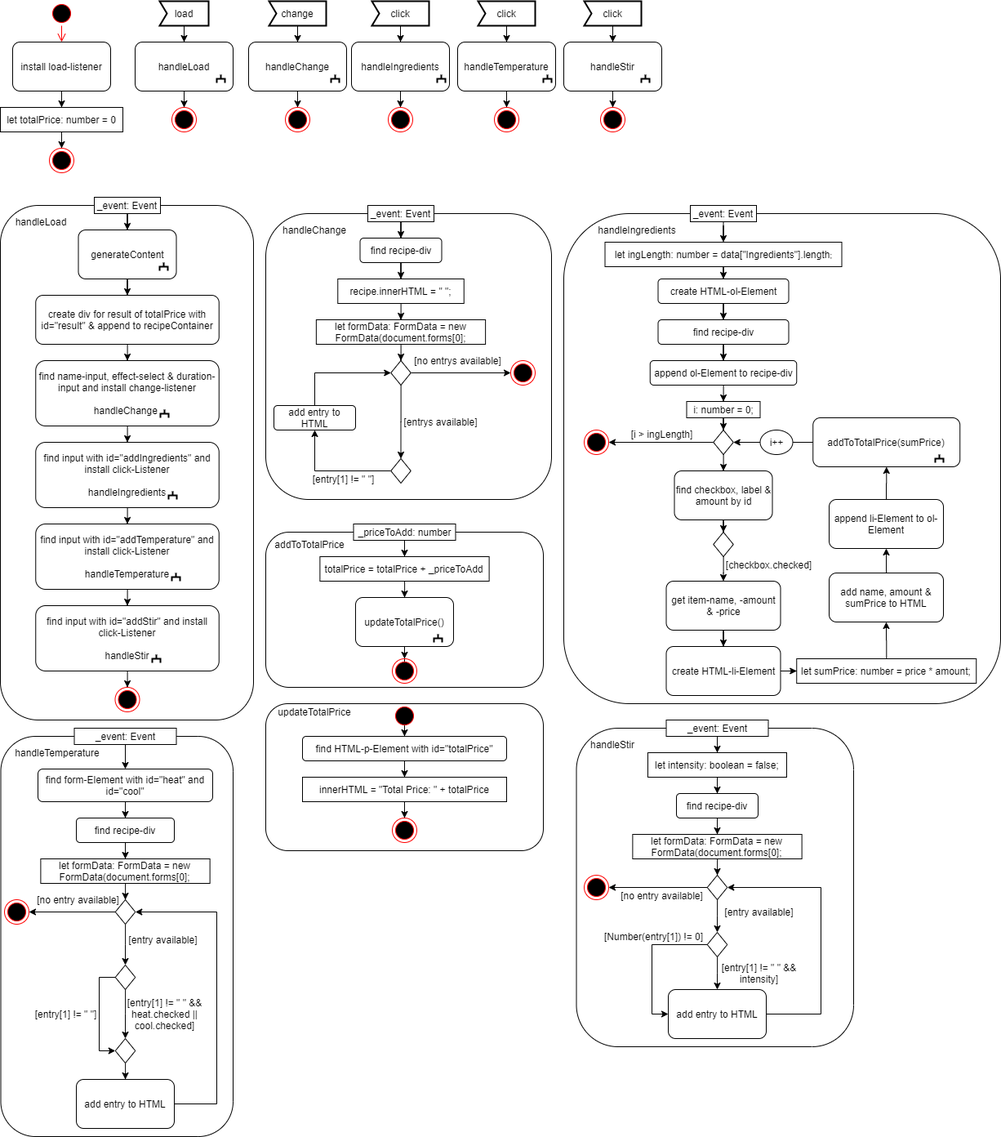
breitjacqueline/EIA2 keeps this draw.io diagram as Task_L04/Concept/ActivityDiagram_main.png. Above is the earlier version. Source tidied: cells renumbered, new cells last; positions are measured from the earlier drawing's top-left corner, leaving out a move shared by most shapes.
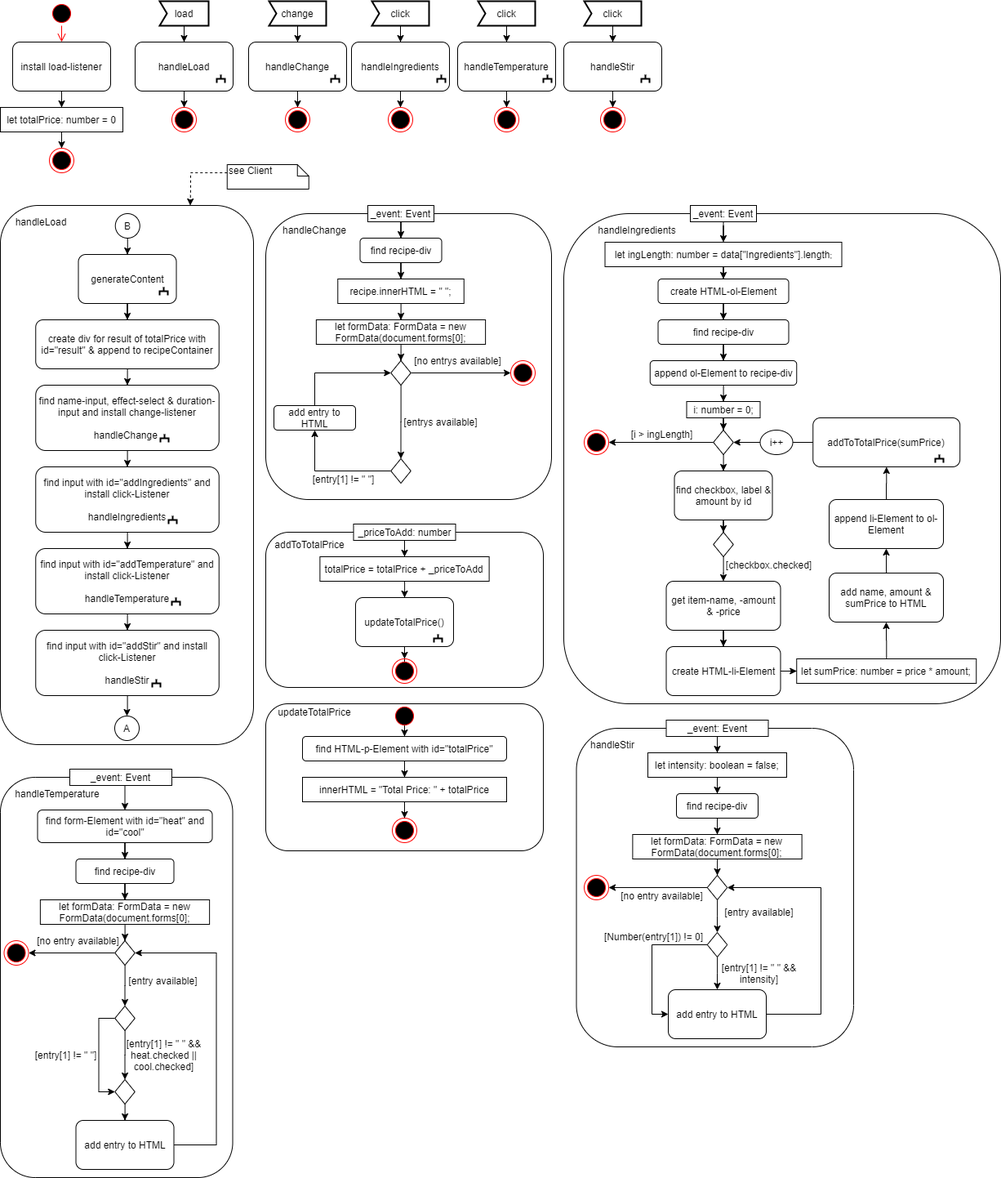
The same file after the commit.

Change to the diagram source:
```diff
@@ -2,8 +2,11 @@
   <root>
     <mxCell id="0" />
     <mxCell id="1" parent="0" />
+    <mxCell id="6" style="rounded=1;whiteSpace=wrap;html=1;" parent="1" vertex="1">
+      <mxGeometry y="250" width="310" height="660" as="geometry" />
+    </mxCell>
     <mxCell id="2" style="rounded=1;whiteSpace=wrap;html=1;" parent="1" vertex="1">
-      <mxGeometry x="0.5" y="900" width="284.5" height="490" as="geometry" />
+      <mxGeometry y="950" width="284.5" height="490" as="geometry" />
     </mxCell>
     <mxCell id="3" style="rounded=1;whiteSpace=wrap;html=1;" parent="1" vertex="1">
       <mxGeometry x="325" y="860" width="340" height="180" as="geometry" />
@@ -14,9 +17,6 @@
     <mxCell id="5" style="rounded=1;whiteSpace=wrap;html=1;" parent="1" vertex="1">
       <mxGeometry x="325" y="260" width="350" height="350" as="geometry" />
     </mxCell>
-    <mxCell id="6" style="rounded=1;whiteSpace=wrap;html=1;" parent="1" vertex="1">
-      <mxGeometry y="250" width="310" height="630" as="geometry" />
-    </mxCell>
     <mxCell id="7" style="ellipse;html=1;shape=startState;fillColor=#000000;strokeColor=#ff0000;" parent="1" vertex="1">
       <mxGeometry x="60" width="30" height="30" as="geometry" />
     </mxCell>
@@ -128,12 +128,6 @@
     <mxCell id="43" style="ellipse;html=1;shape=endState;fillColor=#000000;strokeColor=#ff0000;" parent="1" vertex="1">
       <mxGeometry x="735" y="130" width="30" height="30" as="geometry" />
     </mxCell>
-    <mxCell id="44" style="edgeStyle=orthogonalEdgeStyle;rounded=0;jettySize=auto;html=1;entryX=0.5;entryY=0;entryDx=0;entryDy=0;" parent="1" edge="1" source="45" target="48">
-      <mxGeometry relative="1" as="geometry" />
-    </mxCell>
-    <mxCell id="45" value="_event: Event" style="rounded=0;whiteSpace=wrap;html=1;" parent="1" vertex="1">
-      <mxGeometry x="115" y="240" width="81" height="20" as="geometry" />
-    </mxCell>
     <mxCell id="46" value="handleLoad" style="text;html=1;strokeColor=none;fillColor=none;align=center;verticalAlign=middle;whiteSpace=wrap;rounded=0;" parent="1" vertex="1">
       <mxGeometry x="30" y="260" width="40" height="20" as="geometry" />
     </mxCell>
@@ -141,56 +135,53 @@
       <mxGeometry relative="1" as="geometry" />
     </mxCell>
     <mxCell id="48" value="generateContent" style="rounded=1;whiteSpace=wrap;html=1;" parent="1" vertex="1">
-      <mxGeometry x="95.5" y="280" width="120" height="60" as="geometry" />
+      <mxGeometry x="95.5" y="310" width="120" height="60" as="geometry" />
     </mxCell>
     <mxCell id="49" style="strokeWidth=2;html=1;shape=mxgraph.flowchart.annotation_2;align=left;labelPosition=right;rotation=90;" parent="1" vertex="1">
-      <mxGeometry x="195" y="320" width="10" height="10" as="geometry" />
+      <mxGeometry x="195" y="350" width="10" height="10" as="geometry" />
     </mxCell>
     <mxCell id="50" style="edgeStyle=orthogonalEdgeStyle;rounded=0;jettySize=auto;html=1;entryX=0.5;entryY=0;entryDx=0;entryDy=0;" parent="1" edge="1" source="51" target="53">
       <mxGeometry relative="1" as="geometry" />
     </mxCell>
     <mxCell id="51" value="create div for result of totalPrice with id=&quot;result&quot; &amp;amp; append to recipeContainer" style="rounded=1;whiteSpace=wrap;html=1;" parent="1" vertex="1">
-      <mxGeometry x="43.2" y="360" width="224.5" height="60" as="geometry" />
+      <mxGeometry x="43.2" y="390" width="224.5" height="60" as="geometry" />
     </mxCell>
     <mxCell id="52" style="edgeStyle=orthogonalEdgeStyle;rounded=0;jettySize=auto;html=1;entryX=0.5;entryY=0;entryDx=0;entryDy=0;" parent="1" edge="1" source="53" target="56">
       <mxGeometry relative="1" as="geometry" />
     </mxCell>
     <mxCell id="53" value="find name-input, effect-select &amp;amp; duration-input and install change-listener&lt;br&gt;&lt;br&gt;handleChange&amp;nbsp;" style="rounded=1;whiteSpace=wrap;html=1;" parent="1" vertex="1">
-      <mxGeometry x="43.2" y="440" width="224.5" height="80" as="geometry" />
+      <mxGeometry x="43.2" y="470" width="224.5" height="80" as="geometry" />
     </mxCell>
     <mxCell id="54" style="strokeWidth=2;html=1;shape=mxgraph.flowchart.annotation_2;align=left;labelPosition=right;rotation=90;" parent="1" vertex="1">
-      <mxGeometry x="196" y="500" width="10" height="10" as="geometry" />
+      <mxGeometry x="196" y="530" width="10" height="10" as="geometry" />
     </mxCell>
     <mxCell id="55" style="edgeStyle=orthogonalEdgeStyle;rounded=0;jettySize=auto;html=1;entryX=0.5;entryY=0;entryDx=0;entryDy=0;" parent="1" edge="1" source="56" target="59">
       <mxGeometry relative="1" as="geometry" />
     </mxCell>
     <mxCell id="56" value="find input with id=&quot;addIngredients&quot; and install click-Listener&lt;br&gt;&lt;br&gt;handleIngredients" style="rounded=1;whiteSpace=wrap;html=1;" parent="1" vertex="1">
-      <mxGeometry x="43.2" y="540" width="224.5" height="80" as="geometry" />
+      <mxGeometry x="43.2" y="570" width="224.5" height="80" as="geometry" />
     </mxCell>
     <mxCell id="57" style="strokeWidth=2;html=1;shape=mxgraph.flowchart.annotation_2;align=left;labelPosition=right;rotation=90;" parent="1" vertex="1">
-      <mxGeometry x="206" y="600" width="10" height="10" as="geometry" />
+      <mxGeometry x="206" y="630" width="10" height="10" as="geometry" />
     </mxCell>
     <mxCell id="58" style="edgeStyle=orthogonalEdgeStyle;rounded=0;jettySize=auto;html=1;entryX=0.5;entryY=0;entryDx=0;entryDy=0;" parent="1" edge="1" source="59" target="62">
       <mxGeometry relative="1" as="geometry" />
     </mxCell>
     <mxCell id="59" value="find input with id=&quot;addTemperature&quot; and install click-Listener&lt;br&gt;&lt;br&gt;handleTemperature" style="rounded=1;whiteSpace=wrap;html=1;" parent="1" vertex="1">
-      <mxGeometry x="43.2" y="640" width="224.5" height="80" as="geometry" />
+      <mxGeometry x="43.2" y="670" width="224.5" height="80" as="geometry" />
     </mxCell>
     <mxCell id="60" style="strokeWidth=2;html=1;shape=mxgraph.flowchart.annotation_2;align=left;labelPosition=right;rotation=90;" parent="1" vertex="1">
-      <mxGeometry x="210" y="700" width="10" height="10" as="geometry" />
+      <mxGeometry x="210" y="730" width="10" height="10" as="geometry" />
     </mxCell>
-    <mxCell id="61" style="edgeStyle=orthogonalEdgeStyle;rounded=0;jettySize=auto;html=1;entryX=0.5;entryY=0;entryDx=0;entryDy=0;" parent="1" edge="1" source="62" target="64">
+    <mxCell id="61" style="edgeStyle=orthogonalEdgeStyle;rounded=0;jettySize=auto;html=1;entryX=0.5;entryY=0;entryDx=0;entryDy=0;" parent="1" edge="1" source="62" target="189">
       <mxGeometry relative="1" as="geometry" />
     </mxCell>
     <mxCell id="62" value="find input with id=&quot;addStir&quot; and install click-Listener&lt;br&gt;&lt;br&gt;handleStir" style="rounded=1;whiteSpace=wrap;html=1;" parent="1" vertex="1">
-      <mxGeometry x="43.2" y="740" width="224.5" height="80" as="geometry" />
+      <mxGeometry x="43.2" y="770" width="224.5" height="80" as="geometry" />
     </mxCell>
     <mxCell id="63" style="strokeWidth=2;html=1;shape=mxgraph.flowchart.annotation_2;align=left;labelPosition=right;rotation=90;" parent="1" vertex="1">
-      <mxGeometry x="186" y="800" width="10" height="10" as="geometry" />
+      <mxGeometry x="186" y="830" width="10" height="10" as="geometry" />
     </mxCell>
-    <mxCell id="64" style="ellipse;html=1;shape=endState;fillColor=#000000;strokeColor=#ff0000;" parent="1" vertex="1">
-      <mxGeometry x="140.5" y="840" width="30" height="30" as="geometry" />
-    </mxCell>
     <mxCell id="65" value="handleChange" style="text;html=1;strokeColor=none;fillColor=none;align=center;verticalAlign=middle;whiteSpace=wrap;rounded=0;" parent="1" vertex="1">
       <mxGeometry x="365" y="270" width="40" height="20" as="geometry" />
     </mxCell>
@@ -416,32 +407,34 @@
     <mxCell id="139" style="ellipse;html=1;shape=endState;fillColor=#000000;strokeColor=#ff0000;" parent="1" vertex="1">
       <mxGeometry x="480" y="1000" width="30" height="30" as="geometry" />
     </mxCell>
-    <mxCell id="140" style="edgeStyle=orthogonalEdgeStyle;rounded=0;jettySize=auto;html=1;entryX=0.5;entryY=0;entryDx=0;entryDy=0;" parent="1" edge="1" source="141" target="144">
-      <mxGeometry relative="1" as="geometry" />
+    <mxCell id="140" style="edgeStyle=orthogonalEdgeStyle;rounded=0;jettySize=auto;html=1;entryX=0.5;entryY=0;entryDx=0;entryDy=0;" parent="1" edge="1" target="144">
+      <mxGeometry relative="1" as="geometry">
+        <mxPoint x="152.5" y="960" as="sourcePoint" />
+      </mxGeometry>
     </mxCell>
     <mxCell id="141" value="_event: Event" style="rounded=0;whiteSpace=wrap;html=1;" parent="1" vertex="1">
-      <mxGeometry x="90.5" y="890" width="125" height="20" as="geometry" />
+      <mxGeometry x="85" y="940" width="125" height="20" as="geometry" />
     </mxCell>
     <mxCell id="142" value="handleTemperature" style="text;html=1;strokeColor=none;fillColor=none;align=center;verticalAlign=middle;whiteSpace=wrap;rounded=0;" parent="1" vertex="1">
-      <mxGeometry x="50" y="910" width="40" height="20" as="geometry" />
+      <mxGeometry x="49.5" y="960" width="40" height="20" as="geometry" />
     </mxCell>
     <mxCell id="143" style="edgeStyle=orthogonalEdgeStyle;rounded=0;jettySize=auto;html=1;entryX=0.5;entryY=0;entryDx=0;entryDy=0;" parent="1" edge="1" source="144" target="146">
       <mxGeometry relative="1" as="geometry" />
     </mxCell>
     <mxCell id="144" value="find form-Element with id=&quot;heat&quot; and id=&quot;cool&quot;" style="rounded=1;whiteSpace=wrap;html=1;" parent="1" vertex="1">
-      <mxGeometry x="46" y="940" width="214" height="40" as="geometry" />
+      <mxGeometry x="45.5" y="990" width="214" height="40" as="geometry" />
     </mxCell>
     <mxCell id="145" style="edgeStyle=orthogonalEdgeStyle;rounded=0;jettySize=auto;html=1;entryX=0.5;entryY=0;entryDx=0;entryDy=0;" parent="1" edge="1" source="146" target="148">
       <mxGeometry relative="1" as="geometry" />
     </mxCell>
     <mxCell id="146" value="find recipe-div" style="rounded=1;whiteSpace=wrap;html=1;" parent="1" vertex="1">
-      <mxGeometry x="93" y="1000" width="120" height="30" as="geometry" />
+      <mxGeometry x="92.5" y="1050" width="120" height="30" as="geometry" />
     </mxCell>
     <mxCell id="147" style="edgeStyle=orthogonalEdgeStyle;rounded=0;jettySize=auto;html=1;entryX=0.5;entryY=0;entryDx=0;entryDy=0;" parent="1" edge="1" source="148" target="151">
       <mxGeometry relative="1" as="geometry" />
     </mxCell>
     <mxCell id="148" value="let formData: FormData = new FormData(document.forms[0];" style="rounded=0;whiteSpace=wrap;html=1;" parent="1" vertex="1">
-      <mxGeometry x="49.4" y="1050" width="207.2" height="30" as="geometry" />
+      <mxGeometry x="48.9" y="1100" width="207.2" height="30" as="geometry" />
     </mxCell>
     <mxCell id="149" style="edgeStyle=orthogonalEdgeStyle;rounded=0;jettySize=auto;html=1;entryX=0.5;entryY=0;entryDx=0;entryDy=0;" parent="1" edge="1" source="151" target="154">
       <mxGeometry relative="1" as="geometry" />
@@ -450,7 +443,7 @@
       <mxGeometry relative="1" as="geometry" />
     </mxCell>
     <mxCell id="151" style="rhombus;whiteSpace=wrap;html=1;" parent="1" vertex="1">
-      <mxGeometry x="140.8" y="1100" width="24.5" height="30" as="geometry" />
+      <mxGeometry x="140.3" y="1150" width="24.5" height="30" as="geometry" />
     </mxCell>
     <mxCell id="152" style="edgeStyle=orthogonalEdgeStyle;rounded=0;jettySize=auto;html=1;entryX=0.5;entryY=0;entryDx=0;entryDy=0;" parent="1" edge="1" source="154" target="160">
       <mxGeometry relative="1" as="geometry" />
@@ -458,45 +451,45 @@
     <mxCell id="153" style="edgeStyle=orthogonalEdgeStyle;rounded=0;jettySize=auto;html=1;entryX=0;entryY=0.5;entryDx=0;entryDy=0;" parent="1" edge="1" source="154" target="160">
       <mxGeometry relative="1" as="geometry">
         <Array as="points">
-          <mxPoint x="121" y="1195" />
-          <mxPoint x="121" y="1285" />
+          <mxPoint x="120.5" y="1245" />
+          <mxPoint x="120.5" y="1335" />
         </Array>
       </mxGeometry>
     </mxCell>
     <mxCell id="154" style="rhombus;whiteSpace=wrap;html=1;" parent="1" vertex="1">
-      <mxGeometry x="140.8" y="1180" width="24.5" height="30" as="geometry" />
+      <mxGeometry x="140.3" y="1230" width="24.5" height="30" as="geometry" />
     </mxCell>
     <mxCell id="155" value="[entry available]" style="text;html=1;strokeColor=none;fillColor=none;align=center;verticalAlign=middle;whiteSpace=wrap;rounded=0;" parent="1" vertex="1">
-      <mxGeometry x="134.1" y="1139" width="130.9" height="20" as="geometry" />
+      <mxGeometry x="133.6" y="1189" width="130.9" height="20" as="geometry" />
     </mxCell>
     <mxCell id="156" style="edgeStyle=orthogonalEdgeStyle;rounded=0;jettySize=auto;html=1;entryX=1;entryY=0.5;entryDx=0;entryDy=0;" parent="1" edge="1" source="157" target="151">
       <mxGeometry relative="1" as="geometry">
         <Array as="points">
-          <mxPoint x="265" y="1350" />
-          <mxPoint x="265" y="1115" />
+          <mxPoint x="264.5" y="1400" />
+          <mxPoint x="264.5" y="1165" />
         </Array>
       </mxGeometry>
     </mxCell>
     <mxCell id="157" value="add entry to HTML" style="rounded=1;whiteSpace=wrap;html=1;" parent="1" vertex="1">
-      <mxGeometry x="93" y="1320" width="120" height="60" as="geometry" />
+      <mxGeometry x="92.5" y="1370" width="120" height="60" as="geometry" />
     </mxCell>
     <mxCell id="158" value="[entry[1] != &quot; &quot; &amp;amp;&amp;amp; heat.checked || cool.checked]" style="text;html=1;strokeColor=none;fillColor=none;align=center;verticalAlign=middle;whiteSpace=wrap;rounded=0;" parent="1" vertex="1">
-      <mxGeometry x="123.8" y="1230" width="154.5" height="20" as="geometry" />
+      <mxGeometry x="123.2" y="1280" width="154.5" height="20" as="geometry" />
     </mxCell>
     <mxCell id="159" style="edgeStyle=orthogonalEdgeStyle;rounded=0;jettySize=auto;html=1;entryX=0.5;entryY=0;entryDx=0;entryDy=0;" parent="1" edge="1" source="160" target="157">
       <mxGeometry relative="1" as="geometry" />
     </mxCell>
     <mxCell id="160" style="rhombus;whiteSpace=wrap;html=1;" parent="1" vertex="1">
-      <mxGeometry x="140.8" y="1270" width="24.5" height="30" as="geometry" />
+      <mxGeometry x="140.3" y="1320" width="24.5" height="30" as="geometry" />
     </mxCell>
     <mxCell id="161" value="[entry[1] != &quot; &quot;]" style="text;html=1;strokeColor=none;fillColor=none;align=center;verticalAlign=middle;whiteSpace=wrap;rounded=0;" parent="1" vertex="1">
-      <mxGeometry x="15" y="1230" width="130.9" height="20" as="geometry" />
+      <mxGeometry x="14.5" y="1280" width="130.9" height="20" as="geometry" />
     </mxCell>
     <mxCell id="162" style="ellipse;html=1;shape=endState;fillColor=#000000;strokeColor=#ff0000;" parent="1" vertex="1">
-      <mxGeometry x="5" y="1100" width="30" height="30" as="geometry" />
+      <mxGeometry x="4.5" y="1150" width="30" height="30" as="geometry" />
     </mxCell>
     <mxCell id="163" value="[no entry available]" style="text;html=1;strokeColor=none;fillColor=none;align=center;verticalAlign=middle;whiteSpace=wrap;rounded=0;" parent="1" vertex="1">
-      <mxGeometry x="30" y="1090" width="130.9" height="20" as="geometry" />
+      <mxGeometry x="29.5" y="1140" width="130.9" height="20" as="geometry" />
     </mxCell>
     <mxCell id="164" style="rounded=1;whiteSpace=wrap;html=1;" parent="1" vertex="1">
       <mxGeometry x="705.5" y="890" width="339.5" height="390" as="geometry" />
@@ -577,5 +570,25 @@
     <mxCell id="186" value="[no entry available]" style="text;html=1;strokeColor=none;fillColor=none;align=center;verticalAlign=middle;whiteSpace=wrap;rounded=0;" parent="1" vertex="1">
       <mxGeometry x="745" y="1085" width="130.9" height="20" as="geometry" />
     </mxCell>
+    <mxCell id="187" style="edgeStyle=orthogonalEdgeStyle;rounded=0;jettySize=auto;html=1;entryX=0.5;entryY=0;entryDx=0;entryDy=0;" parent="1" edge="1" source="188" target="48">
+      <mxGeometry relative="1" as="geometry" />
+    </mxCell>
+    <mxCell id="188" value="B" style="ellipse;whiteSpace=wrap;html=1;" parent="1" vertex="1">
+      <mxGeometry x="140.8" y="260" width="30" height="30" as="geometry" />
+    </mxCell>
+    <mxCell id="189" value="A" style="ellipse;whiteSpace=wrap;html=1;" parent="1" vertex="1">
+      <mxGeometry x="140" y="875" width="30" height="30" as="geometry" />
+    </mxCell>
+    <mxCell id="190" style="edgeStyle=orthogonalEdgeStyle;rounded=0;jettySize=auto;html=1;entryX=0.75;entryY=0;entryDx=0;entryDy=0;dashed=1;" parent="1" edge="1" source="191" target="6">
+      <mxGeometry relative="1" as="geometry">
+        <Array as="points">
+          <mxPoint x="233" y="210" />
+          <mxPoint x="233" y="230" />
+        </Array>
+      </mxGeometry>
+    </mxCell>
+    <mxCell id="191" value="see Client" style="shape=note;whiteSpace=wrap;html=1;size=14;verticalAlign=top;align=left;spacingTop=-6;" parent="1" vertex="1">
+      <mxGeometry x="277.8" y="200" width="100" height="30" as="geometry" />
+    </mxCell>
   </root>
 </mxGraphModel>
```
